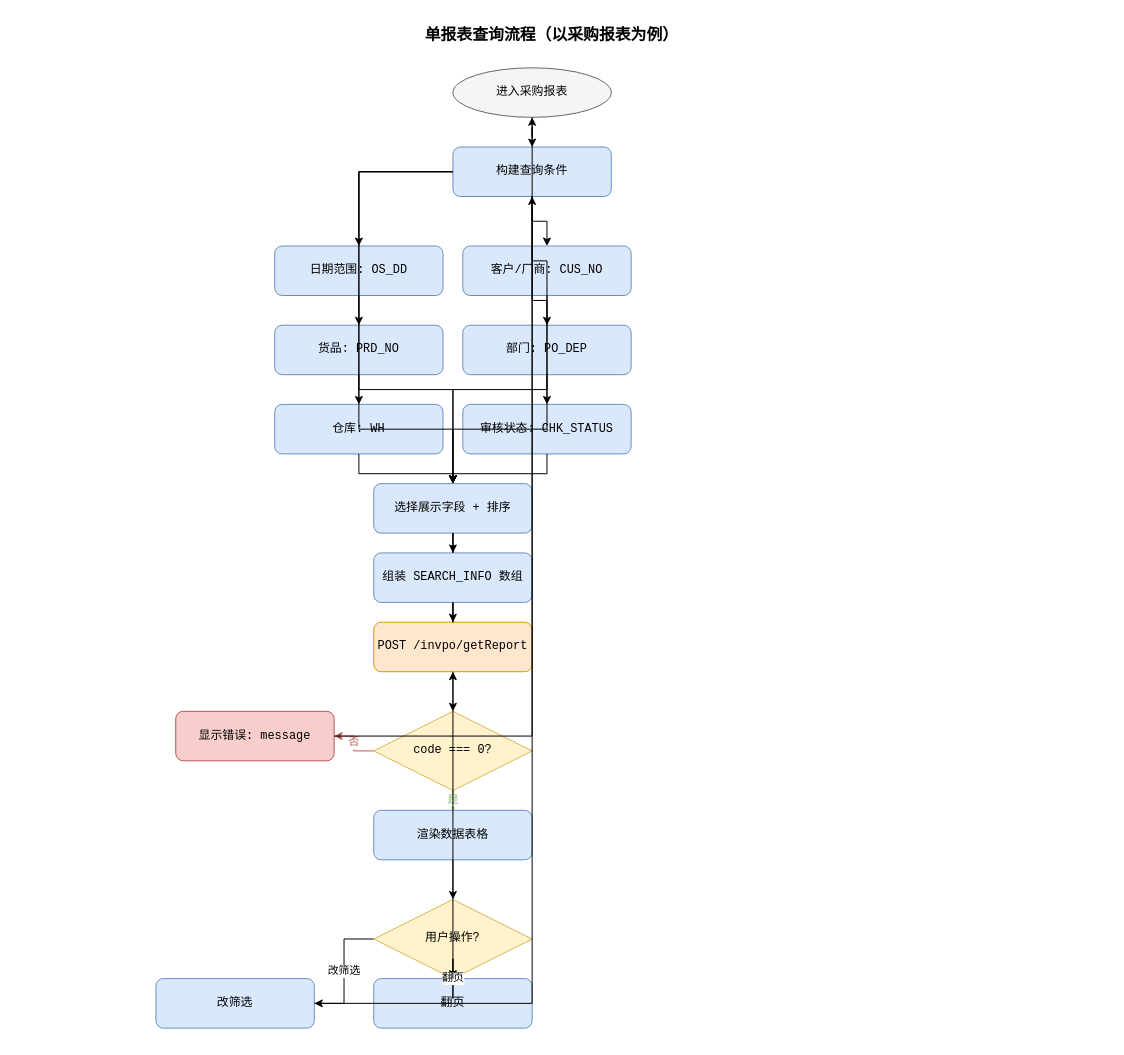
Before: 流程图/流程图_02_单报表查询流程.drawio in ksmingkimo/AsCoding, a draw.io diagram. Source tidied: cells renumbered, new cells numbered last; positions are measured from the earlier drawing's top-left corner, leaving out a move shared by most shapes. Both pictures are drawn from the tidied source at 99%, with x=0, y=0 at pixel (155, 18).
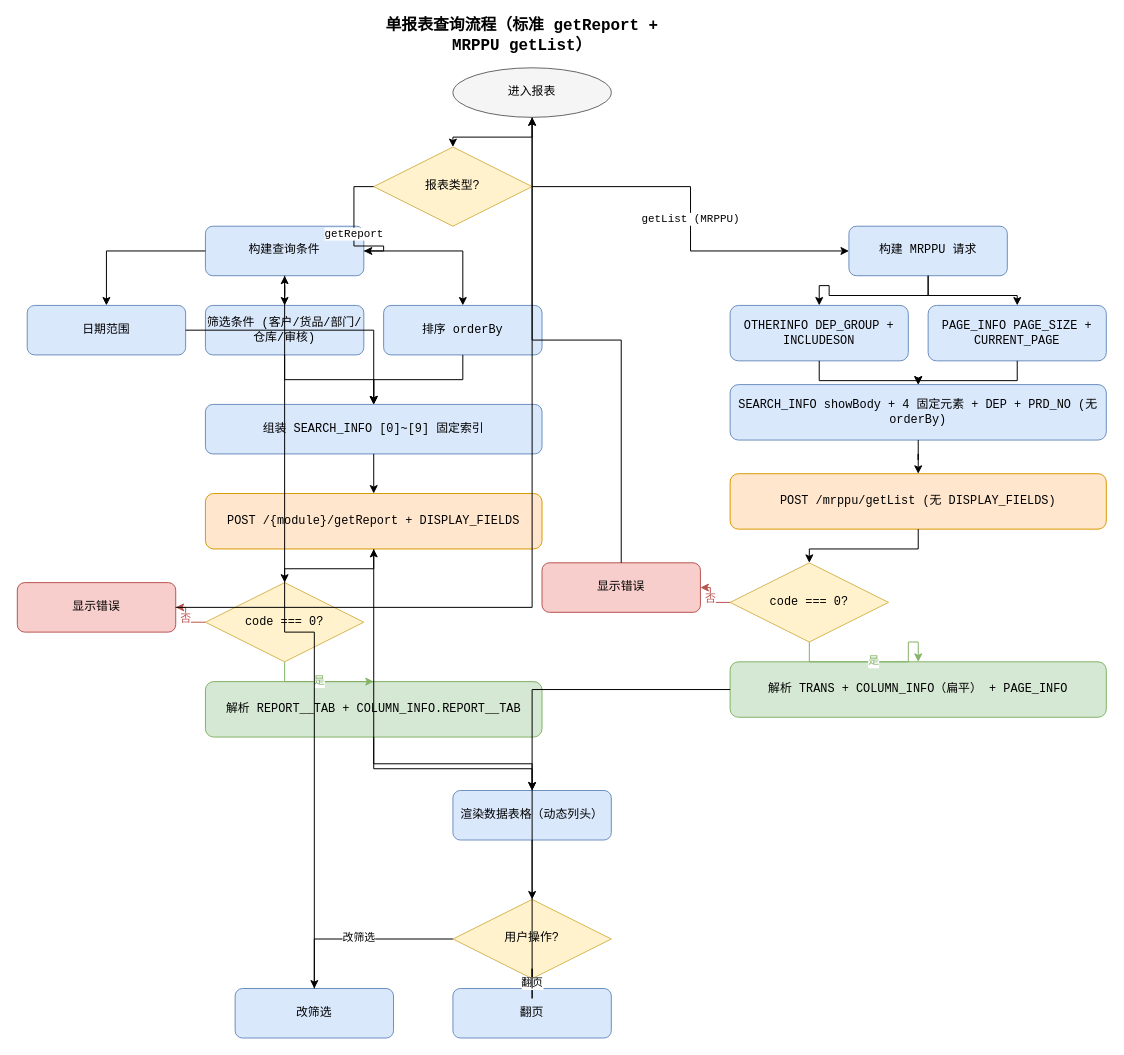
After the change.

The edit, as a diff of the source:
```diff
@@
-    <mxCell id="2" value="单报表查询流程（以采购报表为例）" style="text;html=1;strokeColor=none;fillColor=none;align=center;verticalAlign=middle;whiteSpace=wrap;fontSize=16;fontStyle=1;fontFamily=Courier New;" parent="1" vertex="1">
-      <mxGeometry x="250" width="300" height="36" as="geometry" />
+    <mxCell id="2" value="单报表查询流程（标准 getReport + MRPPU getList）" style="text;html=1;strokeColor=none;fillColor=none;align=center;verticalAlign=middle;whiteSpace=wrap;fontSize=16;fontStyle=1;fontFamily=Courier New;" parent="1" vertex="1">
+      <mxGeometry x="220" width="300" height="36" as="geometry" />
     </mxCell>
-    <mxCell id="3" value="进入采购报表" style="ellipse;whiteSpace=wrap;html=1;fillColor=#f5f5f5;strokeColor=#666666;fontSize=12;fontFamily=Courier New;" parent="1" vertex="1">
+    <mxCell id="3" value="进入报表" style="ellipse;whiteSpace=wrap;html=1;fillColor=#f5f5f5;strokeColor=#666666;fontSize=12;fontFamily=Courier New;" parent="1" vertex="1">
       <mxGeometry x="300" y="50" width="160" height="50" as="geometry" />
     </mxCell>
-    <mxCell id="4" value="构建查询条件" style="rounded=1;whiteSpace=wrap;html=1;fillColor=#dae8fc;strokeColor=#6c8ebf;fontSize=12;fontFamily=Courier New;" parent="1" vertex="1">
-      <mxGeometry x="300" y="130" width="160" height="50" as="geometry" />
+    <mxCell id="4" value="报表类型?" style="rhombus;whiteSpace=wrap;html=1;fillColor=#fff2cc;strokeColor=#d6b656;fontSize=12;fontFamily=Courier New;" parent="1" vertex="1">
+      <mxGeometry x="220" y="130" width="160" height="80" as="geometry" />
     </mxCell>
-    <mxCell id="5" value="日期范围: OS_DD" style="rounded=1;whiteSpace=wrap;html=1;fillColor=#dae8fc;strokeColor=#6c8ebf;fontSize=12;fontFamily=Courier New;" parent="1" vertex="1">
-      <mxGeometry x="120" y="230" width="170" height="50" as="geometry" />
+    <mxCell id="5" value="构建查询条件" style="rounded=1;whiteSpace=wrap;html=1;fillColor=#dae8fc;strokeColor=#6c8ebf;fontSize=12;fontFamily=Courier New;" parent="1" vertex="1">
+      <mxGeometry x="50" y="210" width="160" height="50" as="geometry" />
     </mxCell>
-    <mxCell id="6" value="客户/厂商: CUS_NO" style="rounded=1;whiteSpace=wrap;html=1;fillColor=#dae8fc;strokeColor=#6c8ebf;fontSize=12;fontFamily=Courier New;" parent="1" vertex="1">
-      <mxGeometry x="310" y="230" width="170" height="50" as="geometry" />
+    <mxCell id="6" value="日期范围" style="rounded=1;whiteSpace=wrap;html=1;fillColor=#dae8fc;strokeColor=#6c8ebf;fontSize=12;fontFamily=Courier New;" parent="1" vertex="1">
+      <mxGeometry x="-130" y="290" width="160" height="50" as="geometry" />
     </mxCell>
-    <mxCell id="7" value="货品: PRD_NO" style="rounded=1;whiteSpace=wrap;html=1;fillColor=#dae8fc;strokeColor=#6c8ebf;fontSize=12;fontFamily=Courier New;" parent="1" vertex="1">
-      <mxGeometry x="120" y="310" width="170" height="50" as="geometry" />
+    <mxCell id="7" value="筛选条件 (客户/货品/部门/仓库/审核)" style="rounded=1;whiteSpace=wrap;html=1;fillColor=#dae8fc;strokeColor=#6c8ebf;fontSize=12;fontFamily=Courier New;" parent="1" vertex="1">
+      <mxGeometry x="50" y="290" width="160" height="50" as="geometry" />
     </mxCell>
-    <mxCell id="8" value="部门: PO_DEP" style="rounded=1;whiteSpace=wrap;html=1;fillColor=#dae8fc;strokeColor=#6c8ebf;fontSize=12;fontFamily=Courier New;" parent="1" vertex="1">
-      <mxGeometry x="310" y="310" width="170" height="50" as="geometry" />
+    <mxCell id="8" value="排序 orderBy" style="rounded=1;whiteSpace=wrap;html=1;fillColor=#dae8fc;strokeColor=#6c8ebf;fontSize=12;fontFamily=Courier New;" parent="1" vertex="1">
+      <mxGeometry x="230" y="290" width="160" height="50" as="geometry" />
     </mxCell>
-    <mxCell id="9" value="仓库: WH" style="rounded=1;whiteSpace=wrap;html=1;fillColor=#dae8fc;strokeColor=#6c8ebf;fontSize=12;fontFamily=Courier New;" parent="1" vertex="1">
-      <mxGeometry x="120" y="390" width="170" height="50" as="geometry" />
+    <mxCell id="9" value="组装 SEARCH_INFO [0]~[9] 固定索引" style="rounded=1;whiteSpace=wrap;html=1;fillColor=#dae8fc;strokeColor=#6c8ebf;fontSize=12;fontFamily=Courier New;" parent="1" vertex="1">
+      <mxGeometry x="50" y="390" width="340" height="50" as="geometry" />
     </mxCell>
-    <mxCell id="10" value="审核状态: CHK_STATUS" style="rounded=1;whiteSpace=wrap;html=1;fillColor=#dae8fc;strokeColor=#6c8ebf;fontSize=12;fontFamily=Courier New;" parent="1" vertex="1">
-      <mxGeometry x="310" y="390" width="170" height="50" as="geometry" />
+    <mxCell id="10" value="POST /{module}/getReport + DISPLAY_FIELDS" style="rounded=1;whiteSpace=wrap;html=1;fillColor=#ffe6cc;strokeColor=#d79b00;fontSize=12;fontFamily=Courier New;" parent="1" vertex="1">
+      <mxGeometry x="50" y="480" width="340" height="56" as="geometry" />
     </mxCell>
-    <mxCell id="11" value="选择展示字段 + 排序" style="rounded=1;whiteSpace=wrap;html=1;fillColor=#dae8fc;strokeColor=#6c8ebf;fontSize=12;fontFamily=Courier New;" parent="1" vertex="1">
-      <mxGeometry x="220" y="470" width="160" height="50" as="geometry" />
+    <mxCell id="11" value="code === 0?" style="rhombus;whiteSpace=wrap;html=1;fillColor=#fff2cc;strokeColor=#d6b656;fontSize=12;fontFamily=Courier New;" parent="1" vertex="1">
+      <mxGeometry x="50" y="570" width="160" height="80" as="geometry" />
     </mxCell>
-    <mxCell id="12" value="组装 SEARCH_INFO 数组" style="rounded=1;whiteSpace=wrap;html=1;fillColor=#dae8fc;strokeColor=#6c8ebf;fontSize=12;fontFamily=Courier New;" parent="1" vertex="1">
-      <mxGeometry x="220" y="540" width="160" height="50" as="geometry" />
+    <mxCell id="12" value="显示错误" style="rounded=1;whiteSpace=wrap;html=1;fillColor=#f8cecc;strokeColor=#b85450;fontSize=12;fontFamily=Courier New;" parent="1" vertex="1">
+      <mxGeometry x="-140" y="570" width="160" height="50" as="geometry" />
     </mxCell>
-    <mxCell id="13" value="POST /invpo/getReport" style="rounded=1;whiteSpace=wrap;html=1;fillColor=#ffe6cc;strokeColor=#d79b00;fontSize=12;fontFamily=Courier New;" parent="1" vertex="1">
-      <mxGeometry x="220" y="610" width="160" height="50" as="geometry" />
+    <mxCell id="13" value="解析 REPORT__TAB + COLUMN_INFO.REPORT__TAB" style="rounded=1;whiteSpace=wrap;html=1;fillColor=#d5e8d4;strokeColor=#82b366;fontSize=12;fontFamily=Courier New;" parent="1" vertex="1">
+      <mxGeometry x="50" y="670" width="340" height="56" as="geometry" />
     </mxCell>
-    <mxCell id="14" value="code === 0?" style="rhombus;whiteSpace=wrap;html=1;fillColor=#fff2cc;strokeColor=#d6b656;fontSize=12;fontFamily=Courier New;" parent="1" vertex="1">
-      <mxGeometry x="220" y="700" width="160" height="80" as="geometry" />
+    <mxCell id="14" value="构建 MRPPU 请求" style="rounded=1;whiteSpace=wrap;html=1;fillColor=#dae8fc;strokeColor=#6c8ebf;fontSize=12;fontFamily=Courier New;" parent="1" vertex="1">
+      <mxGeometry x="700" y="210" width="160" height="50" as="geometry" />
     </mxCell>
-    <mxCell id="15" value="显示错误: message" style="rounded=1;whiteSpace=wrap;html=1;fillColor=#f8cecc;strokeColor=#b85450;fontSize=12;fontFamily=Courier New;" parent="1" vertex="1">
-      <mxGeometry x="20" y="700" width="160" height="50" as="geometry" />
+    <mxCell id="15" value="OTHERINFO DEP_GROUP + INCLUDESON" style="rounded=1;whiteSpace=wrap;html=1;fillColor=#dae8fc;strokeColor=#6c8ebf;fontSize=12;fontFamily=Courier New;" parent="1" vertex="1">
+      <mxGeometry x="580" y="290" width="180" height="56" as="geometry" />
     </mxCell>
-    <mxCell id="16" value="渲染数据表格" style="rounded=1;whiteSpace=wrap;html=1;fillColor=#dae8fc;strokeColor=#6c8ebf;fontSize=12;fontFamily=Courier New;" parent="1" vertex="1">
-      <mxGeometry x="220" y="800" width="160" height="50" as="geometry" />
+    <mxCell id="16" value="PAGE_INFO PAGE_SIZE + CURRENT_PAGE" style="rounded=1;whiteSpace=wrap;html=1;fillColor=#dae8fc;strokeColor=#6c8ebf;fontSize=12;fontFamily=Courier New;" parent="1" vertex="1">
+      <mxGeometry x="780" y="290" width="180" height="56" as="geometry" />
     </mxCell>
-    <mxCell id="17" value="用户操作?" style="rhombus;whiteSpace=wrap;html=1;fillColor=#fff2cc;strokeColor=#d6b656;fontSize=12;fontFamily=Courier New;" parent="1" vertex="1">
-      <mxGeometry x="220" y="890" width="160" height="80" as="geometry" />
+    <mxCell id="17" value="SEARCH_INFO showBody + 4 固定元素 + DEP + PRD_NO (无 orderBy)" style="rounded=1;whiteSpace=wrap;html=1;fillColor=#dae8fc;strokeColor=#6c8ebf;fontSize=12;fontFamily=Courier New;" parent="1" vertex="1">
+      <mxGeometry x="580" y="370" width="380" height="56" as="geometry" />
     </mxCell>
-    <mxCell id="18" value="改筛选" style="rounded=1;whiteSpace=wrap;html=1;fillColor=#dae8fc;strokeColor=#6c8ebf;fontSize=12;fontFamily=Courier New;" parent="1" vertex="1">
-      <mxGeometry y="970" width="160" height="50" as="geometry" />
+    <mxCell id="18" value="POST /mrppu/getList (无 DISPLAY_FIELDS)" style="rounded=1;whiteSpace=wrap;html=1;fillColor=#ffe6cc;strokeColor=#d79b00;fontSize=12;fontFamily=Courier New;" parent="1" vertex="1">
+      <mxGeometry x="580" y="460" width="380" height="56" as="geometry" />
     </mxCell>
-    <mxCell id="19" value="翻页" style="rounded=1;whiteSpace=wrap;html=1;fillColor=#dae8fc;strokeColor=#6c8ebf;fontSize=12;fontFamily=Courier New;" parent="1" vertex="1">
-      <mxGeometry x="220" y="970" width="160" height="50" as="geometry" />
+    <mxCell id="19" value="code === 0?" style="rhombus;whiteSpace=wrap;html=1;fillColor=#fff2cc;strokeColor=#d6b656;fontSize=12;fontFamily=Courier New;" parent="1" vertex="1">
+      <mxGeometry x="580" y="550" width="160" height="80" as="geometry" />
     </mxCell>
-    <mxCell id="20" style="edgeStyle=orthogonalEdgeStyle;rounded=0;jettySize=auto;html=1;fontSize=11;fontFamily=Courier New;" parent="1" edge="1" source="3" target="4">
-      <mxGeometry relative="1" as="geometry" />
+    <mxCell id="20" value="显示错误" style="rounded=1;whiteSpace=wrap;html=1;fillColor=#f8cecc;strokeColor=#b85450;fontSize=12;fontFamily=Courier New;" parent="1" vertex="1">
+      <mxGeometry x="390" y="550" width="160" height="50" as="geometry" />
     </mxCell>
-    <mxCell id="21" style="edgeStyle=orthogonalEdgeStyle;rounded=0;jettySize=auto;html=1;fontSize=11;fontFamily=Courier New;" parent="1" edge="1" source="4" target="5">
-      <mxGeometry relative="1" as="geometry" />
+    <mxCell id="21" value="解析 TRANS + COLUMN_INFO（扁平） + PAGE_INFO" style="rounded=1;whiteSpace=wrap;html=1;fillColor=#d5e8d4;strokeColor=#82b366;fontSize=12;fontFamily=Courier New;" parent="1" vertex="1">
+      <mxGeometry x="580" y="650" width="380" height="56" as="geometry" />
     </mxCell>
-    <mxCell id="22" style="edgeStyle=orthogonalEdgeStyle;rounded=0;jettySize=auto;html=1;fontSize=11;fontFamily=Courier New;" parent="1" edge="1" source="5" target="11">
-      <mxGeometry relative="1" as="geometry" />
+    <mxCell id="22" value="渲染数据表格（动态列头）" style="rounded=1;whiteSpace=wrap;html=1;fillColor=#dae8fc;strokeColor=#6c8ebf;fontSize=12;fontFamily=Courier New;" parent="1" vertex="1">
+      <mxGeometry x="300" y="780" width="160" height="50" as="geometry" />
     </mxCell>
-    <mxCell id="23" style="edgeStyle=orthogonalEdgeStyle;rounded=0;jettySize=auto;html=1;fontSize=11;fontFamily=Courier New;" parent="1" edge="1" source="4" target="6">
-      <mxGeometry relative="1" as="geometry" />
+    <mxCell id="23" value="用户操作?" style="rhombus;whiteSpace=wrap;html=1;fillColor=#fff2cc;strokeColor=#d6b656;fontSize=12;fontFamily=Courier New;" parent="1" vertex="1">
+      <mxGeometry x="300" y="890" width="160" height="80" as="geometry" />
     </mxCell>
-    <mxCell id="24" style="edgeStyle=orthogonalEdgeStyle;rounded=0;jettySize=auto;html=1;fontSize=11;fontFamily=Courier New;" parent="1" edge="1" source="6" target="11">
-      <mxGeometry relative="1" as="geometry" />
+    <mxCell id="24" value="改筛选" style="rounded=1;whiteSpace=wrap;html=1;fillColor=#dae8fc;strokeColor=#6c8ebf;fontSize=12;fontFamily=Courier New;" parent="1" vertex="1">
+      <mxGeometry x="80" y="980" width="160" height="50" as="geometry" />
     </mxCell>
-    <mxCell id="25" style="edgeStyle=orthogonalEdgeStyle;rounded=0;jettySize=auto;html=1;fontSize=11;fontFamily=Courier New;" parent="1" edge="1" source="4" target="7">
-      <mxGeometry relative="1" as="geometry" />
+    <mxCell id="25" value="翻页" style="rounded=1;whiteSpace=wrap;html=1;fillColor=#dae8fc;strokeColor=#6c8ebf;fontSize=12;fontFamily=Courier New;" parent="1" vertex="1">
+      <mxGeometry x="300" y="980" width="160" height="50" as="geometry" />
     </mxCell>
-    <mxCell id="26" style="edgeStyle=orthogonalEdgeStyle;rounded=0;jettySize=auto;html=1;fontSize=11;fontFamily=Courier New;" parent="1" edge="1" source="7" target="11">
+    <mxCell id="26" style="edgeStyle=orthogonalEdgeStyle;rounded=0;jettySize=auto;html=1;fontSize=11;fontFamily=Courier New;" parent="1" edge="1" source="3" target="4">
       <mxGeometry relative="1" as="geometry" />
     </mxCell>
-    <mxCell id="27" style="edgeStyle=orthogonalEdgeStyle;rounded=0;jettySize=auto;html=1;fontSize=11;fontFamily=Courier New;" parent="1" edge="1" source="4" target="8">
+    <mxCell id="27" value="getReport" style="edgeStyle=orthogonalEdgeStyle;rounded=0;jettySize=auto;html=1;fontSize=11;fontFamily=Courier New;" parent="1" edge="1" source="4" target="5">
       <mxGeometry relative="1" as="geometry" />
     </mxCell>
-    <mxCell id="28" style="edgeStyle=orthogonalEdgeStyle;rounded=0;jettySize=auto;html=1;fontSize=11;fontFamily=Courier New;" parent="1" edge="1" source="8" target="11">
+    <mxCell id="28" style="edgeStyle=orthogonalEdgeStyle;rounded=0;jettySize=auto;html=1;fontSize=11;fontFamily=Courier New;" parent="1" edge="1" source="5" target="6">
       <mxGeometry relative="1" as="geometry" />
     </mxCell>
-    <mxCell id="29" style="edgeStyle=orthogonalEdgeStyle;rounded=0;jettySize=auto;html=1;fontSize=11;fontFamily=Courier New;" parent="1" edge="1" source="4" target="9">
+    <mxCell id="29" style="edgeStyle=orthogonalEdgeStyle;rounded=0;jettySize=auto;html=1;fontSize=11;fontFamily=Courier New;" parent="1" edge="1" source="6" target="9">
       <mxGeometry relative="1" as="geometry" />
     </mxCell>
-    <mxCell id="30" style="edgeStyle=orthogonalEdgeStyle;rounded=0;jettySize=auto;html=1;fontSize=11;fontFamily=Courier New;" parent="1" edge="1" source="9" target="11">
+    <mxCell id="30" style="edgeStyle=orthogonalEdgeStyle;rounded=0;jettySize=auto;html=1;fontSize=11;fontFamily=Courier New;" parent="1" edge="1" source="5" target="7">
       <mxGeometry relative="1" as="geometry" />
     </mxCell>
-    <mxCell id="31" style="edgeStyle=orthogonalEdgeStyle;rounded=0;jettySize=auto;html=1;fontSize=11;fontFamily=Courier New;" parent="1" edge="1" source="4" target="10">
+    <mxCell id="31" style="edgeStyle=orthogonalEdgeStyle;rounded=0;jettySize=auto;html=1;fontSize=11;fontFamily=Courier New;" parent="1" edge="1" source="7" target="9">
       <mxGeometry relative="1" as="geometry" />
     </mxCell>
-    <mxCell id="32" style="edgeStyle=orthogonalEdgeStyle;rounded=0;jettySize=auto;html=1;fontSize=11;fontFamily=Courier New;" parent="1" edge="1" source="10" target="11">
+    <mxCell id="32" style="edgeStyle=orthogonalEdgeStyle;rounded=0;jettySize=auto;html=1;fontSize=11;fontFamily=Courier New;" parent="1" edge="1" source="5" target="8">
       <mxGeometry relative="1" as="geometry" />
     </mxCell>
-    <mxCell id="33" style="edgeStyle=orthogonalEdgeStyle;rounded=0;jettySize=auto;html=1;fontSize=11;fontFamily=Courier New;" parent="1" edge="1" source="11" target="12">
+    <mxCell id="33" style="edgeStyle=orthogonalEdgeStyle;rounded=0;jettySize=auto;html=1;fontSize=11;fontFamily=Courier New;" parent="1" edge="1" source="8" target="9">
       <mxGeometry relative="1" as="geometry" />
     </mxCell>
-    <mxCell id="34" style="edgeStyle=orthogonalEdgeStyle;rounded=0;jettySize=auto;html=1;fontSize=11;fontFamily=Courier New;" parent="1" edge="1" source="12" target="13">
+    <mxCell id="34" style="edgeStyle=orthogonalEdgeStyle;rounded=0;jettySize=auto;html=1;fontSize=11;fontFamily=Courier New;" parent="1" edge="1" source="9" target="10">
       <mxGeometry relative="1" as="geometry" />
     </mxCell>
-    <mxCell id="35" style="edgeStyle=orthogonalEdgeStyle;rounded=0;jettySize=auto;html=1;fontSize=11;fontFamily=Courier New;" parent="1" edge="1" source="13" target="14">
+    <mxCell id="35" style="edgeStyle=orthogonalEdgeStyle;rounded=0;jettySize=auto;html=1;fontSize=11;fontFamily=Courier New;" parent="1" edge="1" source="10" target="11">
       <mxGeometry relative="1" as="geometry" />
     </mxCell>
-    <mxCell id="36" value="否" style="edgeStyle=orthogonalEdgeStyle;rounded=0;jettySize=auto;html=1;fontSize=11;fontFamily=Courier New;strokeColor=#b85450;fontColor=#b85450;" parent="1" edge="1" source="14" target="15">
+    <mxCell id="36" value="否" style="edgeStyle=orthogonalEdgeStyle;rounded=0;jettySize=auto;html=1;fontSize=11;fontFamily=Courier New;strokeColor=#b85450;fontColor=#b85450;" parent="1" edge="1" source="11" target="12">
       <mxGeometry relative="1" as="geometry" />
     </mxCell>
-    <mxCell id="37" style="edgeStyle=orthogonalEdgeStyle;rounded=0;jettySize=auto;html=1;fontSize=11;fontFamily=Courier New;" parent="1" edge="1" source="15" target="3">
+    <mxCell id="37" style="edgeStyle=orthogonalEdgeStyle;rounded=0;jettySize=auto;html=1;fontSize=11;fontFamily=Courier New;" parent="1" edge="1" source="12" target="3">
       <mxGeometry relative="1" as="geometry" />
     </mxCell>
-    <mxCell id="38" value="是" style="edgeStyle=orthogonalEdgeStyle;rounded=0;jettySize=auto;html=1;fontSize=11;fontFamily=Courier New;strokeColor=#82b366;fontColor=#82b366;" parent="1" edge="1" source="14" target="16">
+    <mxCell id="38" value="是" style="edgeStyle=orthogonalEdgeStyle;rounded=0;jettySize=auto;html=1;fontSize=11;fontFamily=Courier New;strokeColor=#82b366;fontColor=#82b366;" parent="1" edge="1" source="11" target="13">
       <mxGeometry relative="1" as="geometry" />
     </mxCell>
-    <mxCell id="39" style="edgeStyle=orthogonalEdgeStyle;rounded=0;jettySize=auto;html=1;fontSize=11;fontFamily=Courier New;" parent="1" edge="1" source="16" target="17">
+    <mxCell id="39" value="getList (MRPPU)" style="edgeStyle=orthogonalEdgeStyle;rounded=0;jettySize=auto;html=1;fontSize=11;fontFamily=Courier New;" parent="1" edge="1" source="4" target="14">
       <mxGeometry relative="1" as="geometry" />
     </mxCell>
-    <mxCell id="40" value="改筛选" style="edgeStyle=orthogonalEdgeStyle;rounded=0;jettySize=auto;html=1;fontSize=11;fontFamily=Courier New;" parent="1" edge="1" source="17" target="18">
+    <mxCell id="40" style="edgeStyle=orthogonalEdgeStyle;rounded=0;jettySize=auto;html=1;fontSize=11;fontFamily=Courier New;" parent="1" edge="1" source="14" target="15">
       <mxGeometry relative="1" as="geometry" />
     </mxCell>
-    <mxCell id="41" value="翻页" style="edgeStyle=orthogonalEdgeStyle;rounded=0;jettySize=auto;html=1;fontSize=11;fontFamily=Courier New;" parent="1" edge="1" source="17" target="19">
+    <mxCell id="41" style="edgeStyle=orthogonalEdgeStyle;rounded=0;jettySize=auto;html=1;fontSize=11;fontFamily=Courier New;" parent="1" edge="1" source="14" target="16">
       <mxGeometry relative="1" as="geometry" />
     </mxCell>
-    <mxCell id="42" style="edgeStyle=orthogonalEdgeStyle;rounded=0;jettySize=auto;html=1;fontSize=11;fontFamily=Courier New;" parent="1" edge="1" source="18" target="4">
+    <mxCell id="42" style="edgeStyle=orthogonalEdgeStyle;rounded=0;jettySize=auto;html=1;fontSize=11;fontFamily=Courier New;" parent="1" edge="1" source="15" target="17">
       <mxGeometry relative="1" as="geometry" />
     </mxCell>
-    <mxCell id="43" style="edgeStyle=orthogonalEdgeStyle;rounded=0;jettySize=auto;html=1;fontSize=11;fontFamily=Courier New;" parent="1" edge="1" source="19" target="13">
+    <mxCell id="43" style="edgeStyle=orthogonalEdgeStyle;rounded=0;jettySize=auto;html=1;fontSize=11;fontFamily=Courier New;" parent="1" edge="1" source="16" target="17">
       <mxGeometry relative="1" as="geometry" />
     </mxCell>
+    <mxCell id="44" style="edgeStyle=orthogonalEdgeStyle;rounded=0;jettySize=auto;html=1;fontSize=11;fontFamily=Courier New;" parent="1" edge="1" source="17" target="18">
+      <mxGeometry relative="1" as="geometry" />
+    </mxCell>
+    <mxCell id="45" style="edgeStyle=orthogonalEdgeStyle;rounded=0;jettySize=auto;html=1;fontSize=11;fontFamily=Courier New;" parent="1" edge="1" source="18" target="19">
+      <mxGeometry relative="1" as="geometry" />
+    </mxCell>
+    <mxCell id="46" value="否" style="edgeStyle=orthogonalEdgeStyle;rounded=0;jettySize=auto;html=1;fontSize=11;fontFamily=Courier New;strokeColor=#b85450;fontColor=#b85450;" parent="1" edge="1" source="19" target="20">
+      <mxGeometry relative="1" as="geometry" />
+    </mxCell>
+    <mxCell id="47" style="edgeStyle=orthogonalEdgeStyle;rounded=0;jettySize=auto;html=1;fontSize=11;fontFamily=Courier New;" parent="1" edge="1" source="20" target="3">
+      <mxGeometry relative="1" as="geometry" />
+    </mxCell>
+    <mxCell id="48" value="是" style="edgeStyle=orthogonalEdgeStyle;rounded=0;jettySize=auto;html=1;fontSize=11;fontFamily=Courier New;strokeColor=#82b366;fontColor=#82b366;" parent="1" edge="1" source="19" target="21">
+      <mxGeometry relative="1" as="geometry" />
+    </mxCell>
+    <mxCell id="49" style="edgeStyle=orthogonalEdgeStyle;rounded=0;jettySize=auto;html=1;fontSize=11;fontFamily=Courier New;" parent="1" edge="1" source="13" target="22">
+      <mxGeometry relative="1" as="geometry" />
+    </mxCell>
+    <mxCell id="50" style="edgeStyle=orthogonalEdgeStyle;rounded=0;jettySize=auto;html=1;fontSize=11;fontFamily=Courier New;" parent="1" edge="1" source="21" target="22">
+      <mxGeometry relative="1" as="geometry" />
+    </mxCell>
+    <mxCell id="51" style="edgeStyle=orthogonalEdgeStyle;rounded=0;jettySize=auto;html=1;fontSize=11;fontFamily=Courier New;" parent="1" edge="1" source="22" target="23">
+      <mxGeometry relative="1" as="geometry" />
+    </mxCell>
+    <mxCell id="52" value="改筛选" style="edgeStyle=orthogonalEdgeStyle;rounded=0;jettySize=auto;html=1;fontSize=11;fontFamily=Courier New;" parent="1" edge="1" source="23" target="24">
+      <mxGeometry relative="1" as="geometry" />
+    </mxCell>
+    <mxCell id="53" value="翻页" style="edgeStyle=orthogonalEdgeStyle;rounded=0;jettySize=auto;html=1;fontSize=11;fontFamily=Courier New;" parent="1" edge="1" source="23" target="25">
+      <mxGeometry relative="1" as="geometry" />
+    </mxCell>
+    <mxCell id="54" style="edgeStyle=orthogonalEdgeStyle;rounded=0;jettySize=auto;html=1;fontSize=11;fontFamily=Courier New;" parent="1" edge="1" source="24" target="5">
+      <mxGeometry relative="1" as="geometry" />
+    </mxCell>
+    <mxCell id="55" style="edgeStyle=orthogonalEdgeStyle;rounded=0;jettySize=auto;html=1;fontSize=11;fontFamily=Courier New;" parent="1" edge="1" source="25" target="10">
+      <mxGeometry relative="1" as="geometry" />
+    </mxCell>
```
